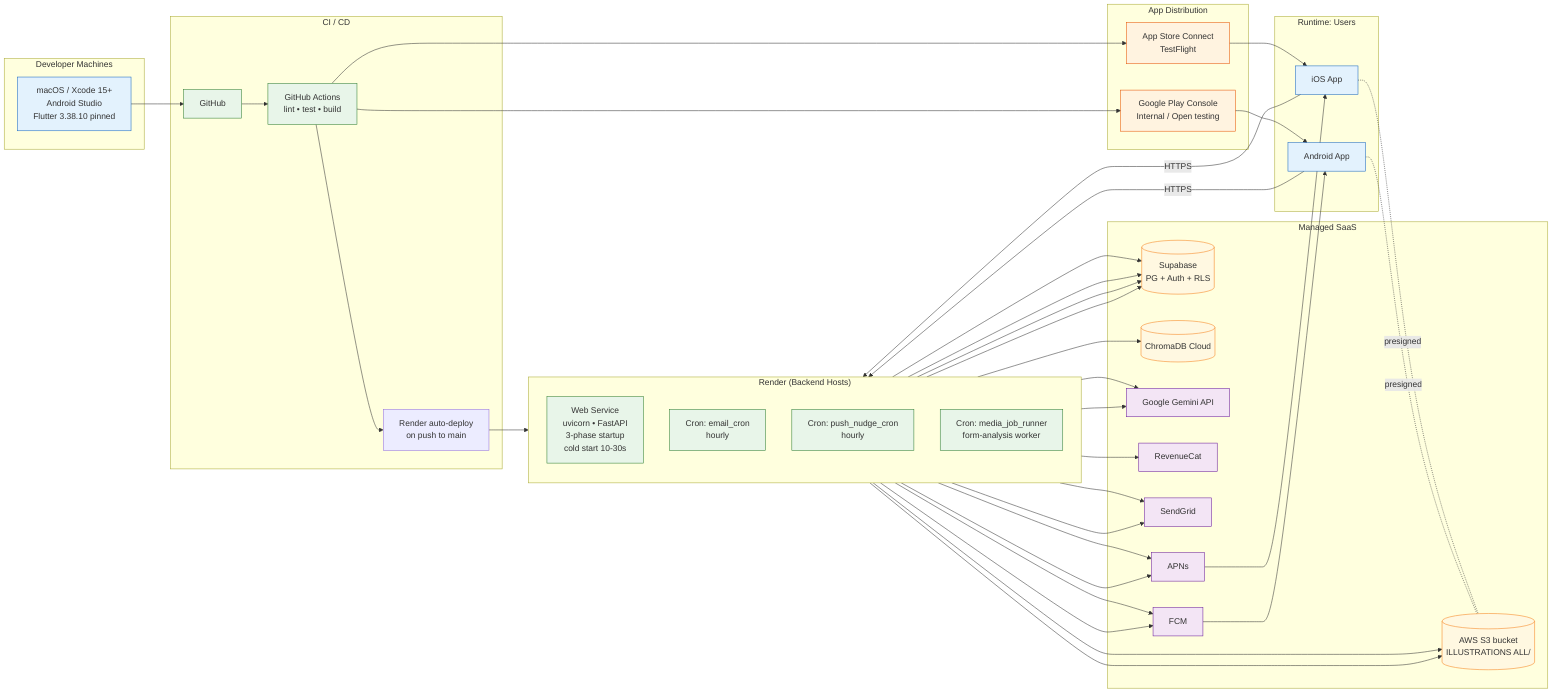
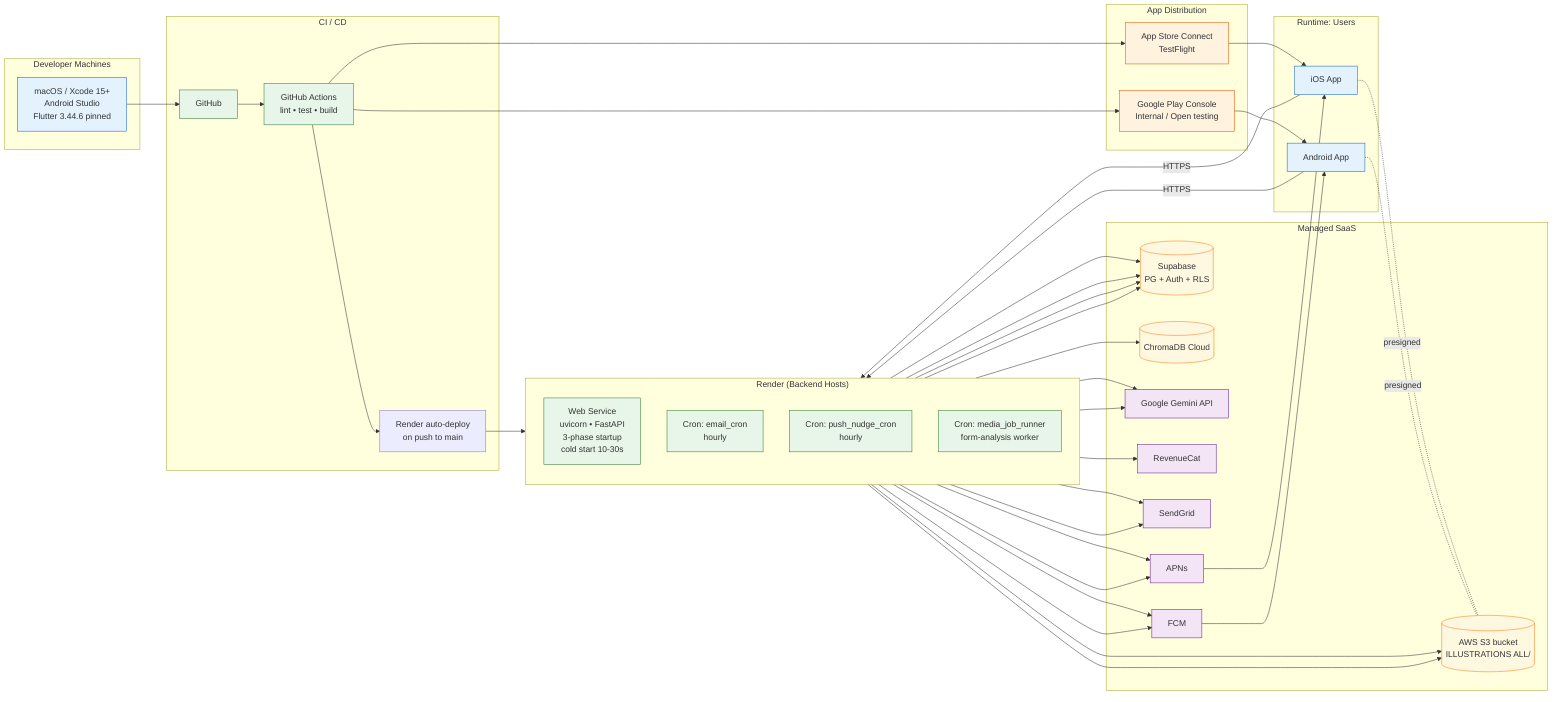
flowchart LR
  classDef device fill:#E3F2FD,stroke:#1565C0
  classDef store fill:#FFF3E0,stroke:#E65100
  classDef cloud fill:#E8F5E9,stroke:#2E7D32
  classDef saas fill:#F3E5F5,stroke:#6A1B9A
  classDef data fill:#FFF8E1,stroke:#F57F17

  subgraph Dev["Developer Machines"]
-     MAC[macOS / Xcode 15+<br/>Android Studio<br/>Flutter 3.38.10 pinned]
+     MAC[macOS / Xcode 15+<br/>Android Studio<br/>Flutter 3.44.6 pinned]
  end
  class MAC device

  subgraph Stores["App Distribution"]
    ASC[App Store Connect<br/>TestFlight]
    PLAY[Google Play Console<br/>Internal / Open testing]
  end
  class ASC,PLAY store

  subgraph CI["CI / CD"]
    GH[GitHub]
    GHA[GitHub Actions<br/>lint • test • build]
    RENDER_DEP[Render auto-deploy<br/>on push to main]
  end
  class GH,GHA cloud

  subgraph RenderEnv["Render (Backend Hosts)"]
    direction TB
    WEB[Web Service<br/>uvicorn • FastAPI<br/>3-phase startup<br/>cold start 10-30s]
    CRON1[Cron: email_cron<br/>hourly]
    CRON2[Cron: push_nudge_cron<br/>hourly]
    CRON3[Cron: media_job_runner<br/>form-analysis worker]
  end
  class WEB,CRON1,CRON2,CRON3 cloud

  subgraph SaaS["Managed SaaS"]
    SUPA[(Supabase<br/>PG + Auth + RLS)]
    CHR[(ChromaDB Cloud)]
    S3X[(AWS S3 bucket<br/>ILLUSTRATIONS ALL/)]
    GEMX[Google Gemini API]
    RCX[RevenueCat]
    SGX[SendGrid]
    FCMX[FCM]
    APNX[APNs]
  end
  class SUPA,CHR,S3X data
  class GEMX,RCX,SGX,FCMX,APNX saas

  subgraph RunDev["Runtime: Users"]
    IOS[iOS App]
    AND[Android App]
  end
  class IOS,AND device

  MAC --> GH
  GH --> GHA --> RENDER_DEP --> WEB
  GHA --> ASC --> IOS
  GHA --> PLAY --> AND

  IOS -->|HTTPS| WEB
  AND -->|HTTPS| WEB
  IOS -. presigned .- S3X
  AND -. presigned .- S3X
  FCMX --> AND
  APNX --> IOS

  WEB --> SUPA
  WEB --> CHR
  WEB --> S3X
  WEB --> GEMX
  WEB --> RCX
  WEB --> SGX
  WEB --> FCMX
  WEB --> APNX

  CRON1 --> SUPA
  CRON1 --> SGX
  CRON2 --> SUPA
  CRON2 --> FCMX
  CRON2 --> APNX
  CRON3 --> S3X
  CRON3 --> GEMX
  CRON3 --> SUPA
